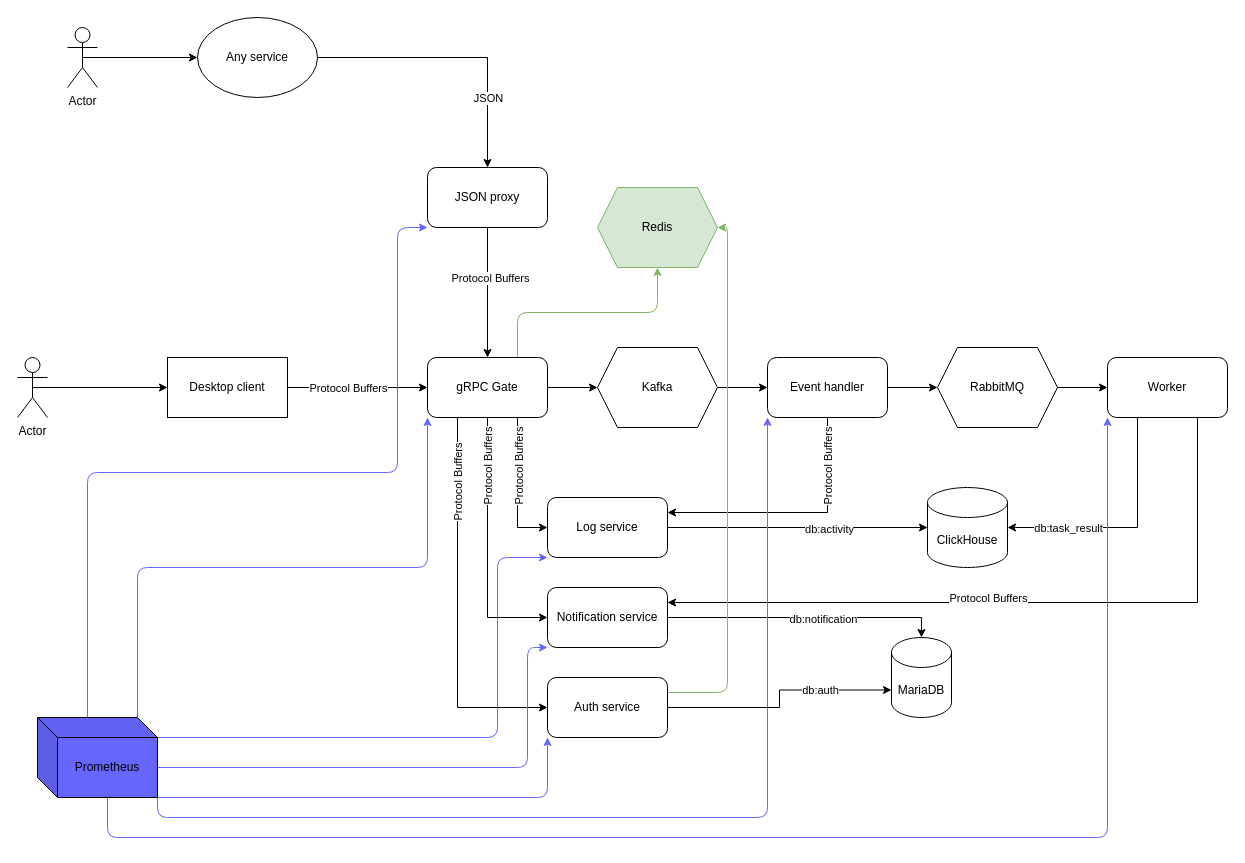
Above: page "New" (1 of 2) of scheme.drawio in gbh007/petus-projectus (draw.io), before the change. Source tidied: cells renumbered, new cells numbered last; positions are measured from the earlier drawing's top-left corner, leaving out a move shared by most shapes. Both pictures are drawn from the tidied source at 100%, with x=0, y=0 at pixel (17, 17).
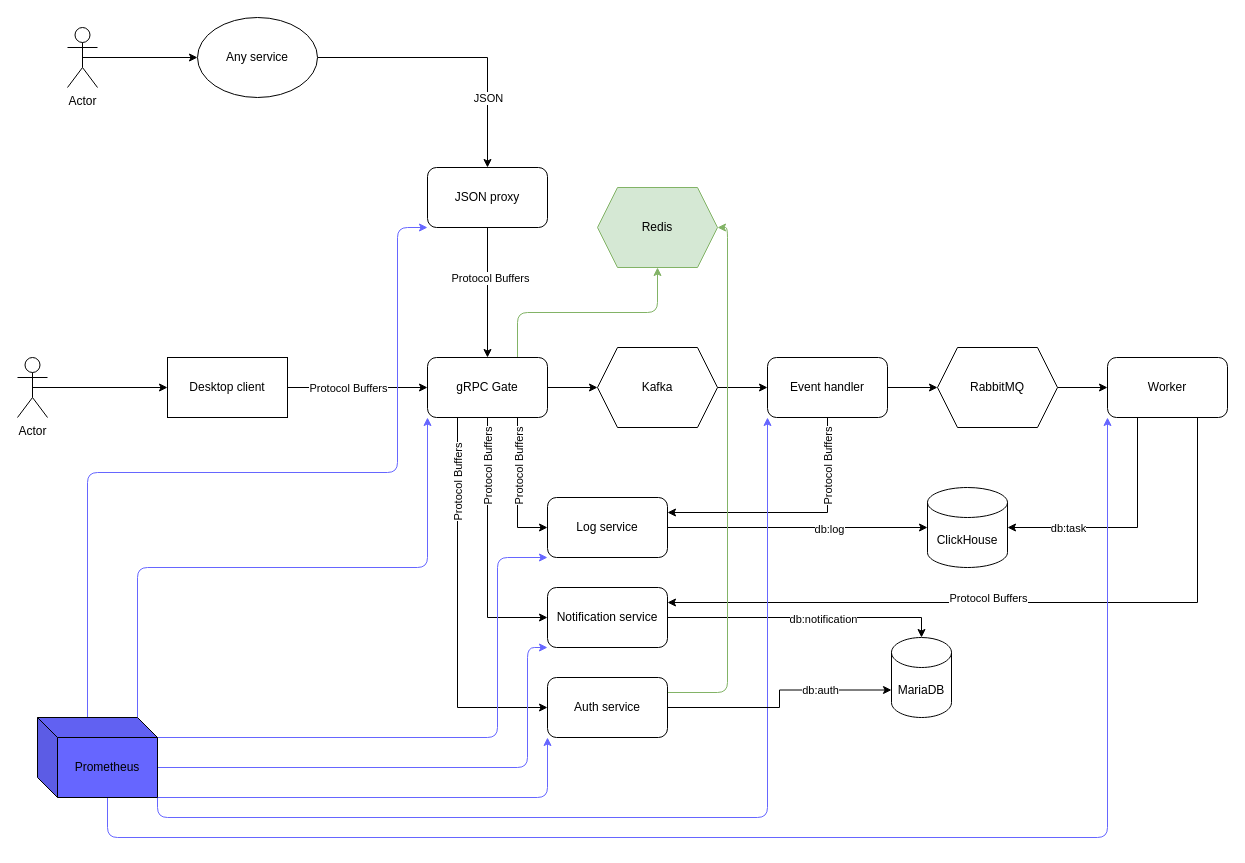
After the change.

Unchanged cells that the change refers to:
```xml
<mxCell id="12" style="edgeStyle=orthogonalEdgeStyle;rounded=0;html=1;exitX=0.25;exitY=1;exitDx=0;exitDy=0;entryX=1;entryY=0.5;entryDx=0;entryDy=0;entryPerimeter=0;" parent="1" edge="1" source="14" target="2">
  <mxGeometry relative="1" as="geometry" />
</mxCell>
<mxCell id="36" style="edgeStyle=orthogonalEdgeStyle;rounded=0;jettySize=auto;html=1;exitX=1;exitY=0.5;exitDx=0;exitDy=0;entryX=0;entryY=0.5;entryDx=0;entryDy=0;entryPerimeter=0;" parent="1" edge="1" source="38" target="2">
  <mxGeometry relative="1" as="geometry" />
</mxCell>
```

The edit, as a diff of the source:
```diff
@@
-    <mxCell id="13" value="db:task_result" style="edgeLabel;html=1;align=center;verticalAlign=middle;" parent="12" vertex="1">
+    <mxCell id="13" value="db:task" style="edgeLabel;html=1;align=center;verticalAlign=middle;" parent="12" vertex="1">
       <mxGeometry x="0.59" y="3" relative="1" as="geometry">
         <mxPoint x="11" y="-3" as="offset" />
       </mxGeometry>
     </mxCell>
@@
-    <mxCell id="37" value="db:activity" style="edgeLabel;html=1;align=center;verticalAlign=middle;" parent="36" vertex="1">
+    <mxCell id="37" value="db:log" style="edgeLabel;html=1;align=center;verticalAlign=middle;" parent="36" vertex="1">
       <mxGeometry x="0.24" y="-1" relative="1" as="geometry" />
     </mxCell>
```
